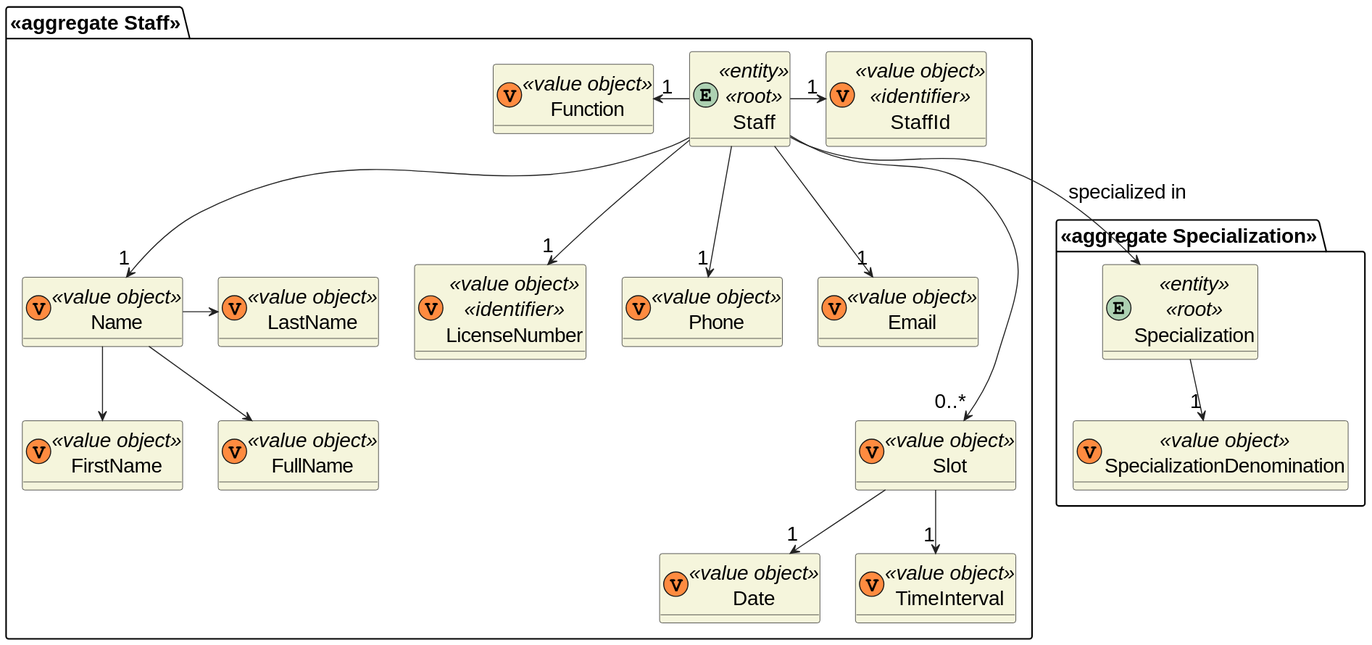
Before: docs/sprint-1/1220841/us-5.1.12/diagrams/domain-model.svg, a diagram exported from PlantUML (rita-barbosa/LAPR5-2425).
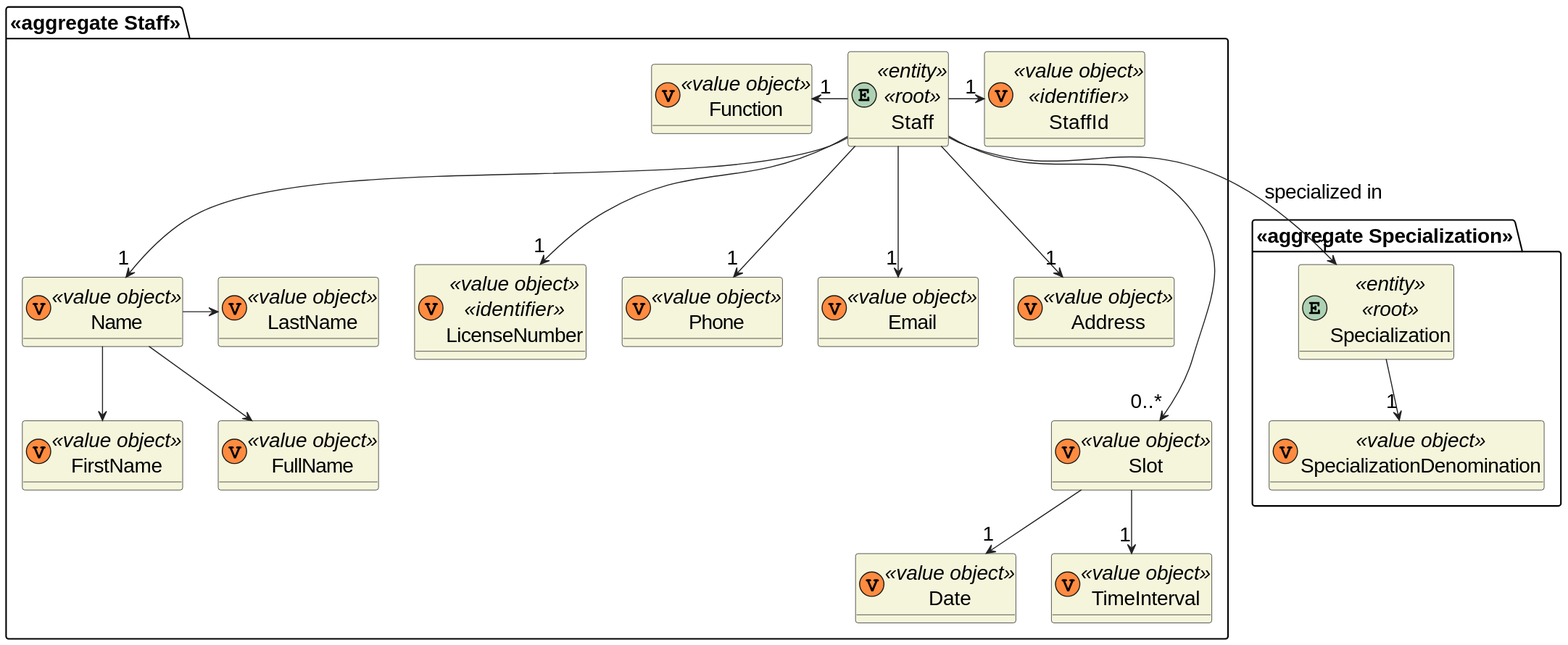
Later version of the same file.

Commit message:
DG38-194 | docs: updaes domain model to reflect client clarifications.

The edit, as a diff of the source:
```diff
@@ -18,6 +18,7 @@
     class FullName <<(V,#FF8B40)value object>> {}
     class Phone <<(V,#FF8B40)value object>> {}
     class Email <<(V,#FF8B40)value object>> {}
+    class Address <<(V,#FF8B40)value object>> {}
     class Slot <<(V,#FF8B40)value object>> {}
     class Date <<(V,#FF8B40)value object>> {}
     class TimeInterval <<(V,#FF8B40)value object>> {}
@@ -36,6 +37,7 @@
 Name --> FullName
 Staff --> "1" Email
 Staff --> "1" Phone
+Staff --> "1" Address
 Staff --> "1" Name
 Staff -> "1" StaffId
 Staff -left-> "1" Function
```
